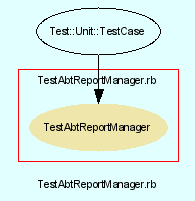
eschabell/abtlinux keeps this Graphviz diagram as src/trunk/doc/dot/f_14.png. Above is the earlier version. Its source is kept beside it as src/trunk/doc/dot/f_14.dot. Source of this version:
```dot
digraph TopLevel {
    compound = true
    bgcolor = lightcyan1
    fontname = Arial
    fontsize = 8
    label = "TestAbtReportManager.rb"
    node [
        fontname = Arial,
        fontsize = 8,
        color = black
    ]

    subgraph cluster_15 {
        fontname = Arial
        color = red
        label = "TestAbtReportManager.rb"
        TestAbtReportManager [
            fontcolor = black,
            URL = "classes/TestAbtReportManager.html",
            shape = ellipse,
            color = palegoldenrod,
            style = filled,
            label = "TestAbtReportManager"
        ]

    }

    Test__Unit__TestCase [
        URL = "classes/Test/Unit/TestCase.html",
        label = "Test::Unit::TestCase"
    ]

    Test__Unit__TestCase -> TestAbtReportManager [

    ]

}
```
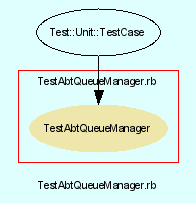
Above is the later version.

The edit, as a diff of the source:
```diff
@@ -3,24 +3,24 @@
     bgcolor = lightcyan1
     fontname = Arial
     fontsize = 8
-    label = "TestAbtReportManager.rb"
+    label = "TestAbtQueueManager.rb"
     node [
         fontname = Arial,
         fontsize = 8,
         color = black
     ]
 
-    subgraph cluster_15 {
+    subgraph cluster_14 {
         fontname = Arial
         color = red
-        label = "TestAbtReportManager.rb"
-        TestAbtReportManager [
+        label = "TestAbtQueueManager.rb"
+        TestAbtQueueManager [
             fontcolor = black,
-            URL = "classes/TestAbtReportManager.html",
+            URL = "classes/TestAbtQueueManager.html",
             shape = ellipse,
             color = palegoldenrod,
             style = filled,
-            label = "TestAbtReportManager"
+            label = "TestAbtQueueManager"
         ]
 
     }
@@ -30,7 +30,7 @@
         label = "Test::Unit::TestCase"
     ]
 
-    Test__Unit__TestCase -> TestAbtReportManager [
+    Test__Unit__TestCase -> TestAbtQueueManager [
 
     ]
 
```
